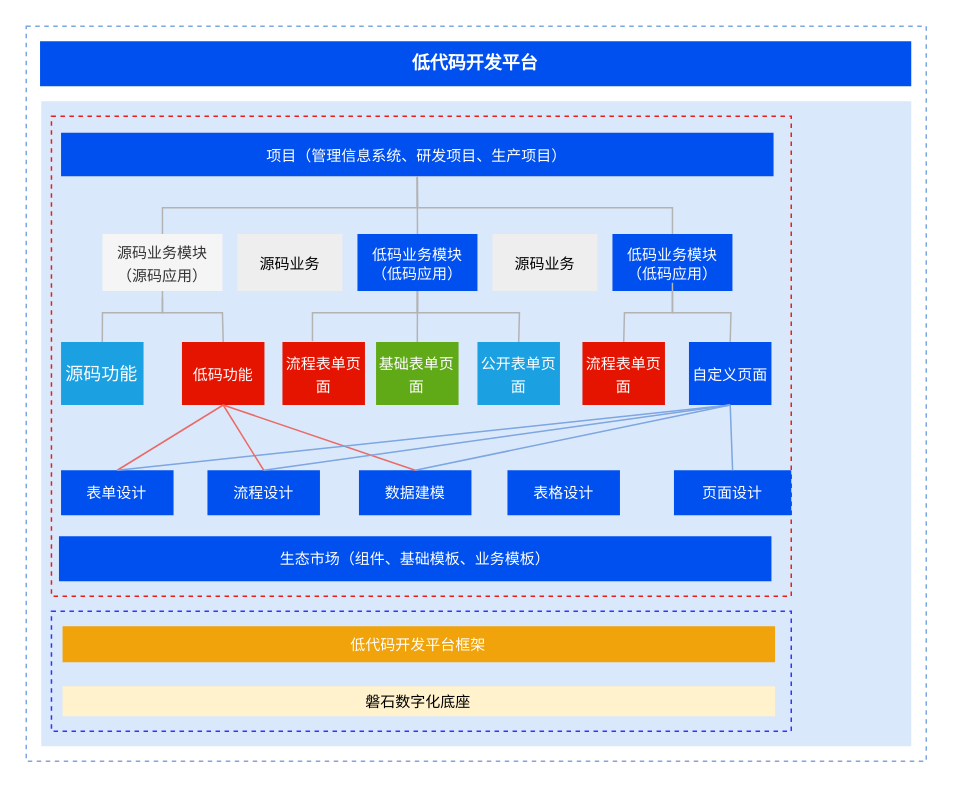
Earlier version of the draw.io diagram 低代码—研究内容——新版——房.drawio (tangyaosimida/love). Source tidied: cells renumbered, new cells numbered last; positions are measured from the earlier drawing's top-left corner, leaving out a move shared by most shapes. Both pictures are drawn from the tidied source at 150%, with x=0, y=0 at pixel (26, 26).
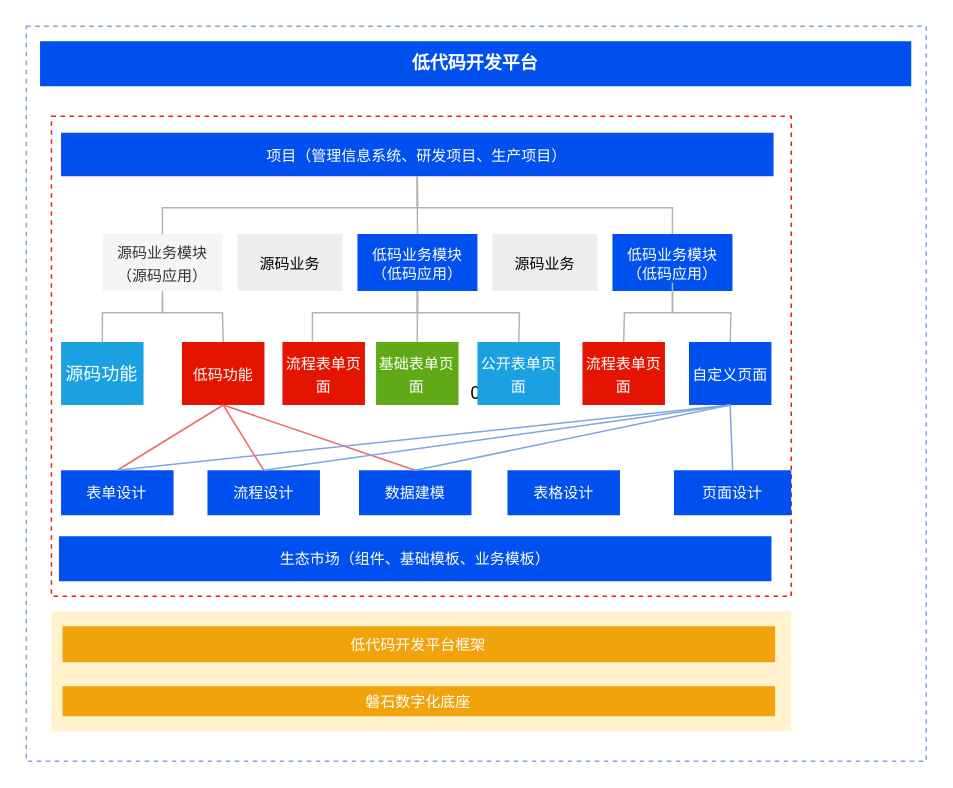
After the change.

Commit message (it also covers changes not shown here):
更新低代码—研究内容——新版——房.drawio

Diff of the diagram source:
```diff
@@
-    <mxCell id="3" style="rounded=0;whiteSpace=wrap;html=1;strokeColor=none;fillColor=#dae8fc;" parent="1" vertex="1">
-      <mxGeometry x="10" y="50" width="580" height="430" as="geometry" />
-    </mxCell>
-    <mxCell id="4" style="rounded=0;whiteSpace=wrap;html=1;fillColor=none;dashed=1;strokeColor=#3333FF;" parent="1" vertex="1">
+    <mxCell id="4" style="rounded=0;whiteSpace=wrap;html=1;fillColor=#fff2cc;dashed=1;strokeColor=none;" parent="1" vertex="1">
       <mxGeometry x="16.8" y="390" width="493.2" height="80" as="geometry" />
     </mxCell>
@@
-    <mxCell id="8" value="&lt;font style=&quot;font-size: 10px;&quot;&gt;磐石数字化底座&lt;/font&gt;" style="rounded=0;whiteSpace=wrap;html=1;fillColor=#fff2cc;strokeColor=none;align=center;" parent="1" vertex="1">
+    <mxCell id="8" value="&lt;font color=&quot;#ffffff&quot; style=&quot;font-size: 10px;&quot;&gt;磐石数字化底座&lt;/font&gt;" style="rounded=0;whiteSpace=wrap;html=1;fillColor=#f0a30a;strokeColor=none;align=center;fontColor=#000000;" parent="1" vertex="1">
       <mxGeometry x="24.2" y="440" width="475" height="20" as="geometry" />
     </mxCell>
```
